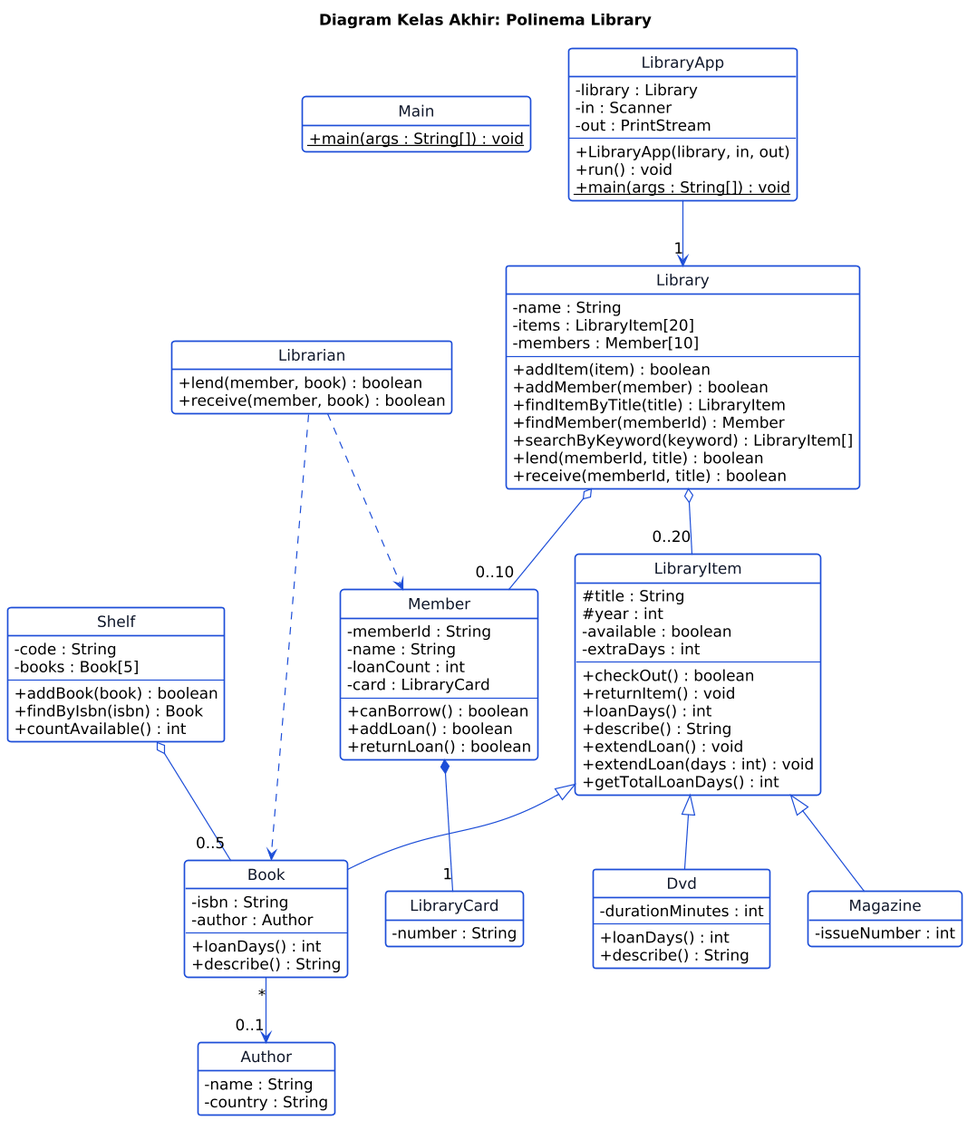
dhanifudin/oop-library keeps this PlantUML diagram as docs/class-diagram.png. Above is the earlier version. Its diagram source:
```plantuml
@startuml class-diagram
scale 1.2
!include _common.iuml
hide circle
hide empty members
title Diagram Kelas Akhir: Polinema Library
skinparam defaultFontSize 14

class Main {
  + {static} main(args : String[]) : void
}

class LibraryApp {
  - library : Library
  - in : Scanner
  - out : PrintStream
  --
  + LibraryApp(library, in, out)
  + run() : void
  + {static} main(args : String[]) : void
}

class Library {
  - name : String
  - items : LibraryItem[20]
  - members : Member[10]
  --
  + addItem(item) : boolean
  + addMember(member) : boolean
  + findItemByTitle(title) : LibraryItem
  + findMember(memberId) : Member
  + searchByKeyword(keyword) : LibraryItem[]
  + lend(memberId, title) : boolean
  + receive(memberId, title) : boolean
}

class LibraryItem {
  # title : String
  # year : int
  - available : boolean
  - extraDays : int
  --
  + checkOut() : boolean
  + returnItem() : void
  + loanDays() : int
  + describe() : String
  + extendLoan() : void
  + extendLoan(days : int) : void
  + getTotalLoanDays() : int
}

class Book {
  - isbn : String
  - author : Author
  --
  + loanDays() : int
  + describe() : String
}

class Dvd {
  - durationMinutes : int
  --
  + loanDays() : int
  + describe() : String
}

class Magazine {
  - issueNumber : int
}

class Author {
  - name : String
  - country : String
}

class Member {
  - memberId : String
  - name : String
  - loanCount : int
  - card : LibraryCard
  --
  + canBorrow() : boolean
  + addLoan() : boolean
  + returnLoan() : boolean
}

class LibraryCard {
  - number : String
}

class Shelf {
  - code : String
  - books : Book[5]
  --
  + addBook(book) : boolean
  + findByIsbn(isbn) : Book
  + countAvailable() : int
}

class Librarian {
  + lend(member, book) : boolean
  + receive(member, book) : boolean
}

LibraryApp --> "1" Library
Library o-- "0..20" LibraryItem
Library o-- "0..10" Member
LibraryItem <|-- Book
LibraryItem <|-- Dvd
LibraryItem <|-- Magazine
Book "*" --> "0..1" Author
Member *-- "1" LibraryCard
Shelf o-- "0..5" Book
Librarian ..> Member
Librarian ..> Book
@enduml
```
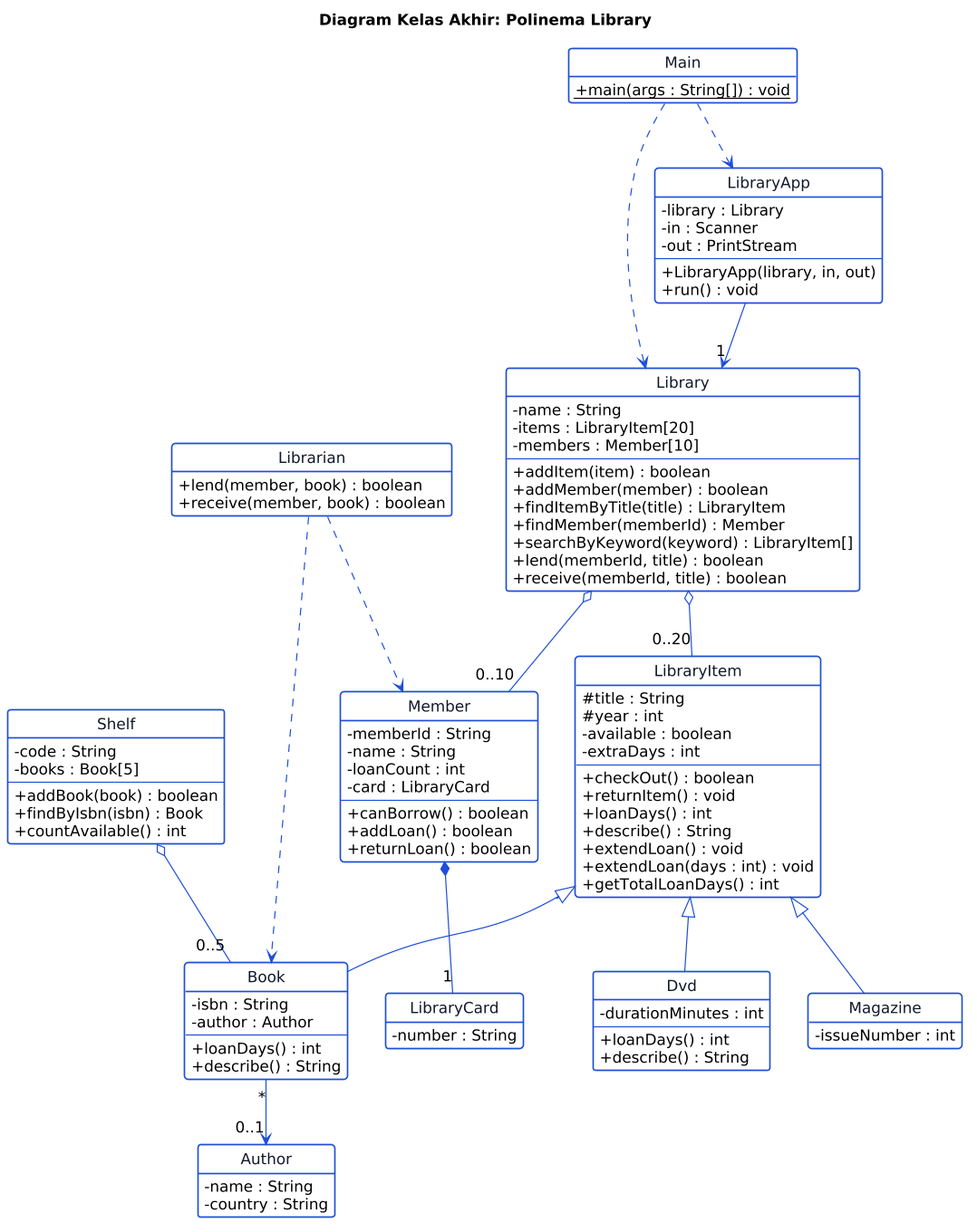
The same file after the commit.

What changed in the source:
```diff
@@ -17,7 +17,6 @@
   --
   + LibraryApp(library, in, out)
   + run() : void
-  + {static} main(args : String[]) : void
 }
 
 class Library {
@@ -102,6 +101,8 @@
   + receive(member, book) : boolean
 }
 
+Main ..> LibraryApp
+Main ..> Library
 LibraryApp --> "1" Library
 Library o-- "0..20" LibraryItem
 Library o-- "0..10" Member
```
